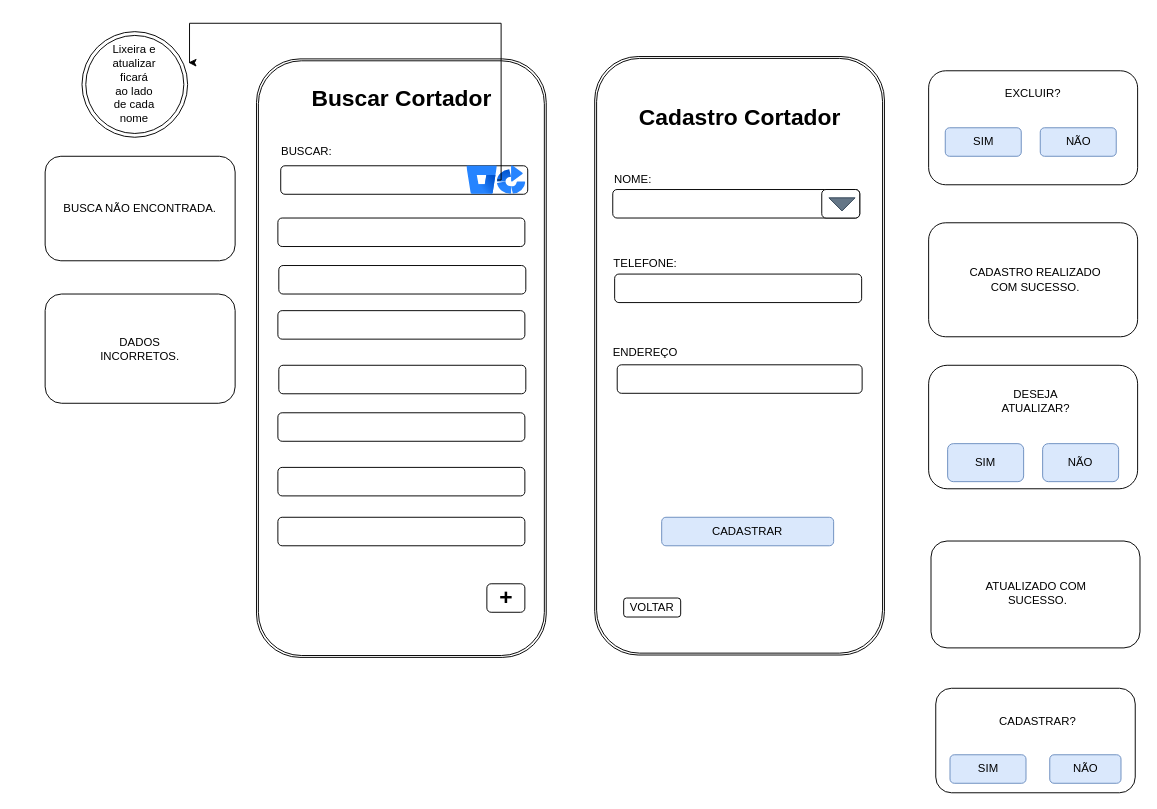
The draw.io diagram page "Página-11" (8 of 14) of DOC/tela.drawio in rafaelareisilva/avatar.app, before the edit. Source tidied: cells renumbered, new cells numbered last; positions are measured from the earlier drawing's top-left corner, leaving out a move shared by most shapes. Both pictures are drawn from the tidied source at 95%, with x=0, y=0 at pixel (45, 23).
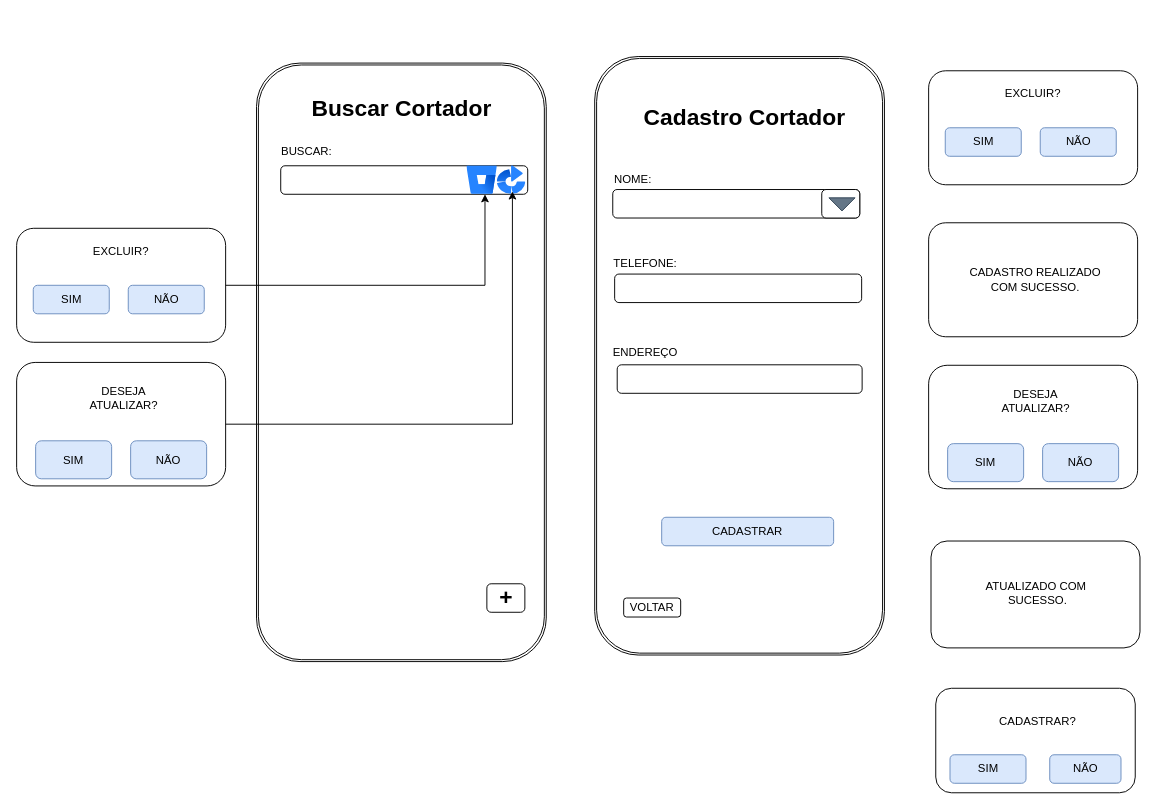
The same diagram, later.

Diff of the diagram source:
```diff
@@
     <mxCell id="8" value="Cadastro Cortador" style="text;strokeColor=none;fillColor=none;html=1;fontSize=24;fontStyle=1;verticalAlign=middle;align=center;" parent="1" vertex="1">
-      <mxGeometry x="681" y="80" width="100" height="40" as="geometry" />
+      <mxGeometry x="681" y="80" width="109" height="40" as="geometry" />
     </mxCell>
@@
-    <mxCell id="10" style="shape=ext;double=1;rounded=1;whiteSpace=wrap;html=1;rotation=90;" parent="1" vertex="1">
-      <mxGeometry x="60" y="200" width="630" height="305" as="geometry" />
-    </mxCell>
-    <mxCell id="11" style="rounded=1;whiteSpace=wrap;html=1;" parent="1" vertex="1">
-      <mxGeometry x="248" y="150" width="260" height="30" as="geometry" />
-    </mxCell>
-    <mxCell id="12" value="BUSCAR:" style="text;html=1;align=center;verticalAlign=middle;whiteSpace=wrap;rounded=0;" parent="1" vertex="1">
-      <mxGeometry x="251.5" y="120" width="46.5" height="30" as="geometry" />
-    </mxCell>
-    <mxCell id="13" value="Buscar Cortador" style="text;strokeColor=none;fillColor=none;html=1;fontSize=24;fontStyle=1;verticalAlign=middle;align=center;" parent="1" vertex="1">
-      <mxGeometry x="325" y="60" width="100" height="40" as="geometry" />
-    </mxCell>
-    <mxCell id="14" style="image;html=1;image=img/lib/atlassian/Bitbucket_Logo.svg;" parent="1" vertex="1">
-      <mxGeometry x="444" y="150" width="32" height="30" as="geometry" />
-    </mxCell>
-    <mxCell id="15" style="image;html=1;image=img/lib/atlassian/Bamboo_Logo.svg;" parent="1" vertex="1">
-      <mxGeometry x="476" y="150" width="30" height="30" as="geometry" />
-    </mxCell>
@@
-    <mxCell id="20" value="BUSCA NÃO ENCONTRADA." style="rounded=1;whiteSpace=wrap;html=1;" parent="1" vertex="1">
-      <mxGeometry y="140" width="200" height="110" as="geometry" />
-    </mxCell>
@@
-    <mxCell id="22" style="rounded=1;whiteSpace=wrap;html=1;" parent="1" vertex="1">
-      <mxGeometry x="245" y="205" width="260" height="30" as="geometry" />
-    </mxCell>
-    <mxCell id="23" style="rounded=1;whiteSpace=wrap;html=1;" parent="1" vertex="1">
-      <mxGeometry x="246" y="255" width="260" height="30" as="geometry" />
-    </mxCell>
-    <mxCell id="24" style="rounded=1;whiteSpace=wrap;html=1;" parent="1" vertex="1">
-      <mxGeometry x="245" y="302.5" width="260" height="30" as="geometry" />
-    </mxCell>
-    <mxCell id="25" style="rounded=1;whiteSpace=wrap;html=1;" parent="1" vertex="1">
-      <mxGeometry x="246" y="360" width="260" height="30" as="geometry" />
-    </mxCell>
-    <mxCell id="26" style="rounded=1;whiteSpace=wrap;html=1;" parent="1" vertex="1">
-      <mxGeometry x="245" y="410" width="260" height="30" as="geometry" />
-    </mxCell>
-    <mxCell id="27" style="rounded=1;whiteSpace=wrap;html=1;" parent="1" vertex="1">
-      <mxGeometry x="245" y="467.5" width="260" height="30" as="geometry" />
-    </mxCell>
-    <mxCell id="28" style="rounded=1;whiteSpace=wrap;html=1;" parent="1" vertex="1">
-      <mxGeometry x="245" y="520" width="260" height="30" as="geometry" />
-    </mxCell>
-    <mxCell id="29" style="rounded=1;whiteSpace=wrap;html=1;" parent="1" vertex="1">
-      <mxGeometry x="465" y="590" width="40" height="30" as="geometry" />
-    </mxCell>
-    <mxCell id="30" value="+" style="text;strokeColor=none;fillColor=none;html=1;fontSize=24;fontStyle=1;verticalAlign=middle;align=center;" parent="1" vertex="1">
-      <mxGeometry x="435" y="585" width="100" height="40" as="geometry" />
-    </mxCell>
@@
-    <mxCell id="35" style="rounded=1;whiteSpace=wrap;html=1;" parent="1" vertex="1">
-      <mxGeometry y="285" width="200" height="115" as="geometry" />
-    </mxCell>
-    <mxCell id="36" value="DADOS INCORRETOS." style="text;html=1;align=center;verticalAlign=middle;whiteSpace=wrap;rounded=0;" parent="1" vertex="1">
-      <mxGeometry x="50" y="327.5" width="100" height="30" as="geometry" />
-    </mxCell>
@@
-    <mxCell id="42" style="ellipse;shape=doubleEllipse;whiteSpace=wrap;html=1;" parent="1" vertex="1">
-      <mxGeometry x="38.8" y="8.8" width="111.2" height="111.2" as="geometry" />
-    </mxCell>
-    <mxCell id="43" value="Lixeira e atualizar ficará ao lado de cada nome" style="text;html=1;align=center;verticalAlign=middle;whiteSpace=wrap;rounded=0;" parent="1" vertex="1">
-      <mxGeometry x="84.4" y="63.8" width="20" as="geometry" />
-    </mxCell>
@@
-    <mxCell id="47" style="edgeStyle=orthogonalEdgeStyle;rounded=0;jettySize=auto;html=1;entryX=1.007;entryY=0.293;entryDx=0;entryDy=0;entryPerimeter=0;" parent="1" edge="1" source="14" target="42">
-      <mxGeometry relative="1" as="geometry">
-        <Array as="points">
-          <mxPoint x="480" y="165" />
-          <mxPoint x="480" />
-          <mxPoint x="152" />
-        </Array>
-      </mxGeometry>
-    </mxCell>
@@
+    <mxCell id="51" value="EXCLUIR?&lt;div&gt;&lt;br&gt;&lt;/div&gt;&lt;div&gt;&lt;br&gt;&lt;/div&gt;&lt;div&gt;&lt;br&gt;&lt;/div&gt;&lt;div&gt;&lt;br&gt;&lt;/div&gt;&lt;div&gt;&lt;br&gt;&lt;/div&gt;" style="rounded=1;whiteSpace=wrap;html=1;" parent="1" vertex="1">
+      <mxGeometry x="-30" y="215.8" width="220" height="120" as="geometry" />
+    </mxCell>
+    <mxCell id="52" value="SIM" style="rounded=1;whiteSpace=wrap;html=1;fillColor=#dae8fc;strokeColor=#6c8ebf;" parent="1" vertex="1">
+      <mxGeometry x="-12.5" y="275.8" width="80" height="30" as="geometry" />
+    </mxCell>
+    <mxCell id="53" value="NÃO" style="rounded=1;whiteSpace=wrap;html=1;fillColor=#dae8fc;strokeColor=#6c8ebf;" parent="1" vertex="1">
+      <mxGeometry x="87.5" y="275.8" width="80" height="30" as="geometry" />
+    </mxCell>
+    <mxCell id="54" style="shape=ext;double=1;rounded=1;whiteSpace=wrap;html=1;rotation=90;" parent="1" vertex="1">
+      <mxGeometry x="60" y="204.4" width="630" height="305" as="geometry" />
+    </mxCell>
+    <mxCell id="11" style="rounded=1;whiteSpace=wrap;html=1;" parent="1" vertex="1">
+      <mxGeometry x="248" y="150" width="260" height="30" as="geometry" />
+    </mxCell>
+    <mxCell id="12" value="BUSCAR:" style="text;html=1;align=center;verticalAlign=middle;whiteSpace=wrap;rounded=0;" parent="1" vertex="1">
+      <mxGeometry x="251.5" y="120" width="46.5" height="30" as="geometry" />
+    </mxCell>
+    <mxCell id="14" style="image;html=1;image=img/lib/atlassian/Bitbucket_Logo.svg;" parent="1" vertex="1">
+      <mxGeometry x="444" y="150" width="32" height="30" as="geometry" />
+    </mxCell>
+    <mxCell id="15" style="image;html=1;image=img/lib/atlassian/Bamboo_Logo.svg;" parent="1" vertex="1">
+      <mxGeometry x="476" y="150" width="30" height="30" as="geometry" />
+    </mxCell>
+    <mxCell id="55" style="rounded=1;whiteSpace=wrap;html=1;" parent="1" vertex="1">
+      <mxGeometry x="-30" y="357" width="220" height="130" as="geometry" />
+    </mxCell>
+    <mxCell id="29" style="rounded=1;whiteSpace=wrap;html=1;" parent="1" vertex="1">
+      <mxGeometry x="465" y="590" width="40" height="30" as="geometry" />
+    </mxCell>
+    <mxCell id="30" value="+" style="text;strokeColor=none;fillColor=none;html=1;fontSize=24;fontStyle=1;verticalAlign=middle;align=center;" parent="1" vertex="1">
+      <mxGeometry x="435" y="585" width="100" height="40" as="geometry" />
+    </mxCell>
+    <mxCell id="56" value="SIM" style="rounded=1;whiteSpace=wrap;html=1;fillColor=#dae8fc;strokeColor=#6c8ebf;" parent="1" vertex="1">
+      <mxGeometry x="-10" y="439.5" width="80" height="40" as="geometry" />
+    </mxCell>
+    <mxCell id="57" value="NÃO" style="rounded=1;whiteSpace=wrap;html=1;fillColor=#dae8fc;strokeColor=#6c8ebf;" parent="1" vertex="1">
+      <mxGeometry x="90" y="439.5" width="80" height="40" as="geometry" />
+    </mxCell>
+    <mxCell id="58" value="DESEJA ATUALIZAR?" style="text;html=1;align=center;verticalAlign=middle;whiteSpace=wrap;rounded=0;" parent="1" vertex="1">
+      <mxGeometry x="27.5" y="379.5" width="110" height="30" as="geometry" />
+    </mxCell>
+    <mxCell id="59" style="edgeStyle=orthogonalEdgeStyle;rounded=0;jettySize=auto;html=1;entryX=0.827;entryY=1;entryDx=0;entryDy=0;entryPerimeter=0;" parent="1" edge="1" source="51" target="11">
+      <mxGeometry relative="1" as="geometry" />
+    </mxCell>
+    <mxCell id="60" style="edgeStyle=orthogonalEdgeStyle;rounded=0;jettySize=auto;html=1;entryX=0.938;entryY=0.9;entryDx=0;entryDy=0;entryPerimeter=0;" parent="1" edge="1" source="55" target="11">
+      <mxGeometry relative="1" as="geometry" />
+    </mxCell>
+    <mxCell id="13" value="Buscar Cortador" style="text;strokeColor=none;fillColor=none;html=1;fontSize=24;fontStyle=1;verticalAlign=middle;align=center;" parent="1" vertex="1">
+      <mxGeometry x="320.5" y="70" width="109" height="40" as="geometry" />
+    </mxCell>
```
